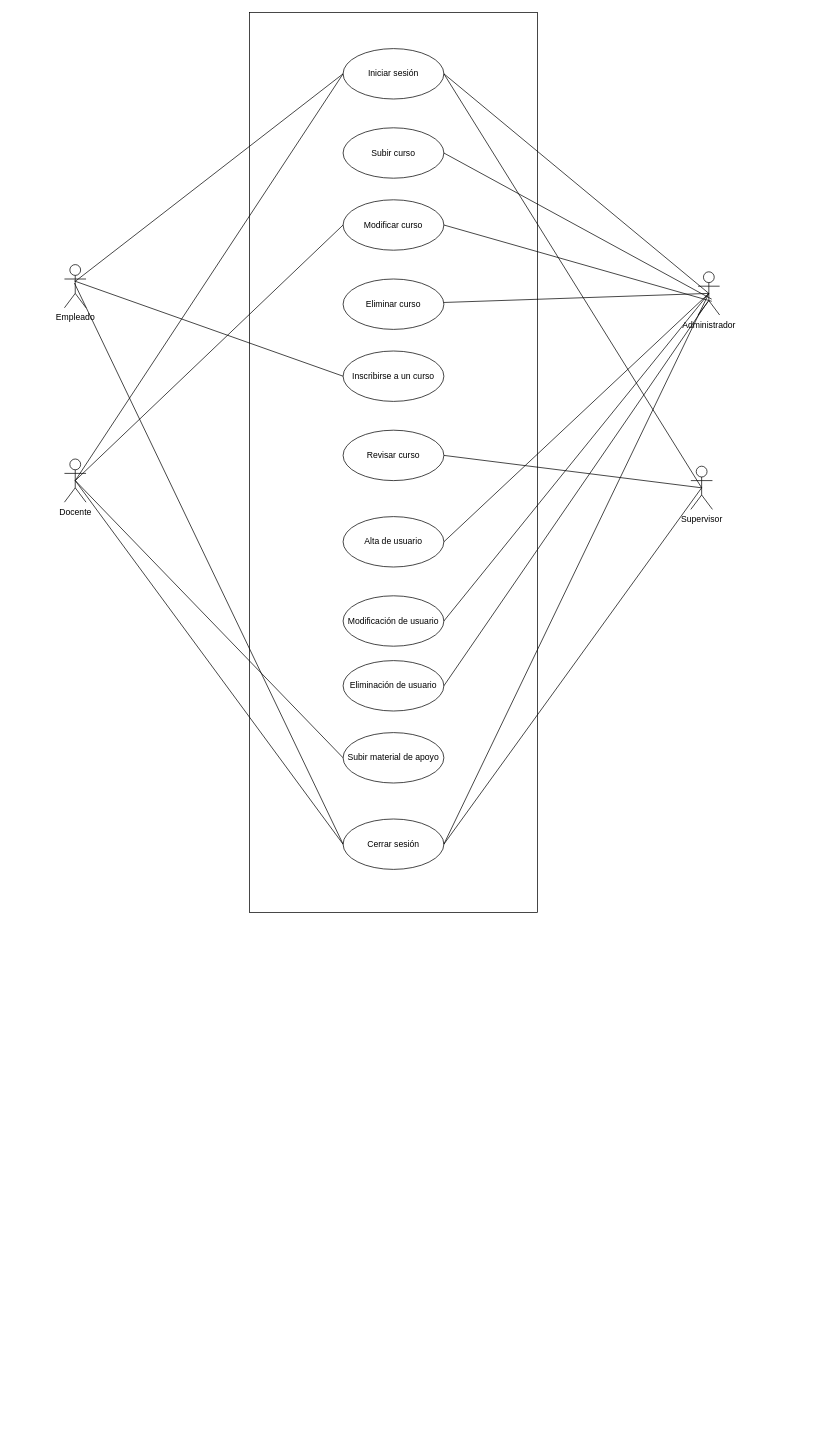
This is diagrams/U2/C1.4_CasosDeUso.drawio from daivandz/Analisis-Avanzado-de-Software, a draw.io file, before an edit. Source tidied: cells renumbered, new cells numbered last; positions are measured from the earlier drawing's top-left corner, leaving out a move shared by most shapes. Both pictures are drawn from the tidied source at 72%, with x=0, y=0 at pixel (64, 12).
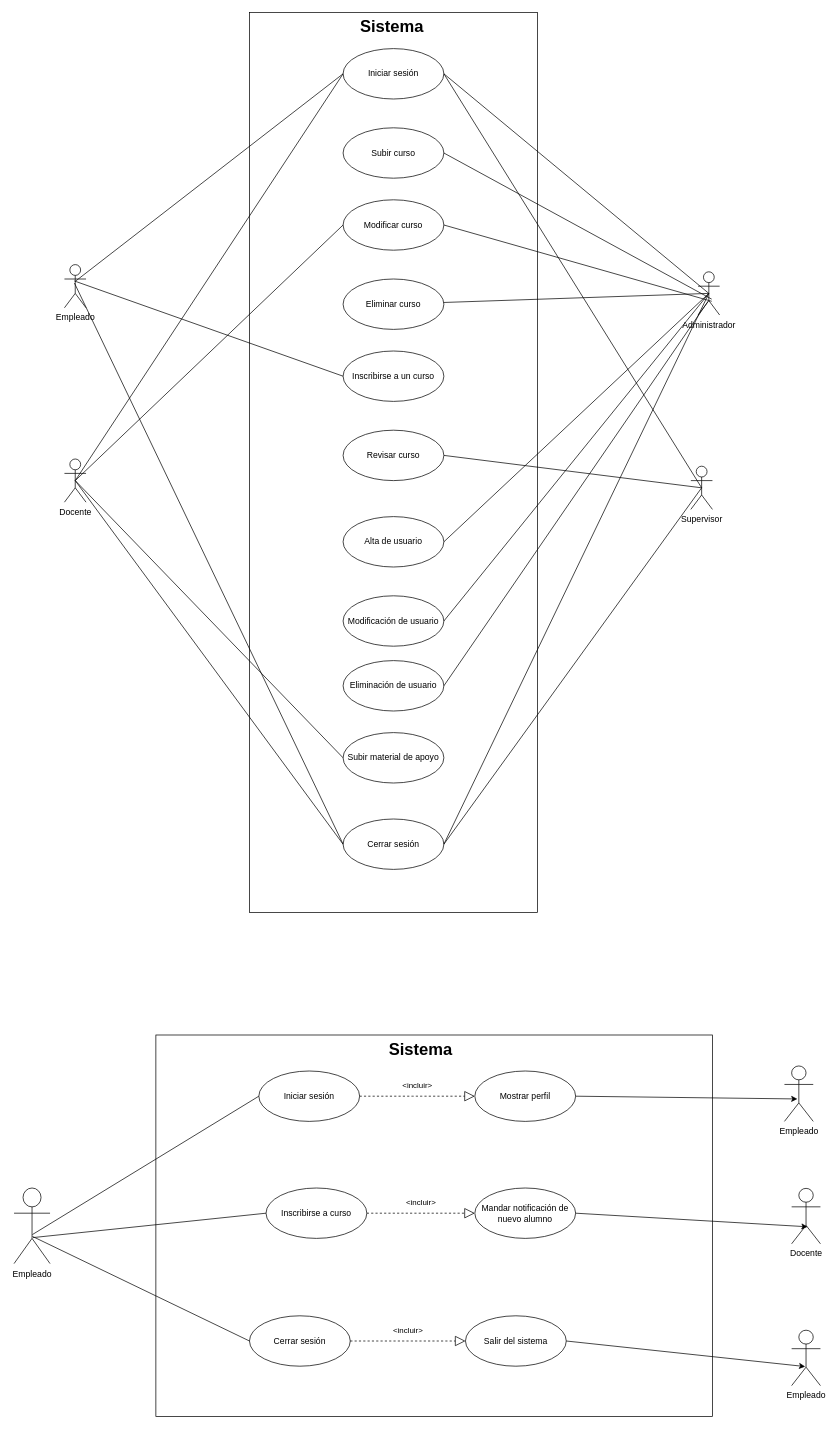
After the change.

Change to the diagram source:
```diff
@@
+    <mxCell id="36" style="html=1;" parent="1" vertex="1">
+      <mxGeometry x="127" y="1420" width="773" height="530" as="geometry" />
+    </mxCell>
+    <mxCell id="37" value="Iniciar sesión" style="ellipse;whiteSpace=wrap;html=1;" parent="1" vertex="1">
+      <mxGeometry x="270" y="1470" width="140" height="70" as="geometry" />
+    </mxCell>
+    <mxCell id="38" value="Mostrar perfil" style="ellipse;whiteSpace=wrap;html=1;" parent="1" vertex="1">
+      <mxGeometry x="570" y="1470" width="140" height="70" as="geometry" />
+    </mxCell>
+    <mxCell id="39" value="&amp;lt;incluir&amp;gt;" style="endArrow=block;dashed=1;endFill=0;endSize=12;html=1;entryX=0;entryY=0.5;entryDx=0;entryDy=0;exitX=1;exitY=0.5;exitDx=0;exitDy=0;" parent="1" edge="1" source="37" target="38">
+      <mxGeometry y="15" relative="1" as="geometry">
+        <Array as="points">
+          <mxPoint x="490" y="1505" />
+        </Array>
+      </mxGeometry>
+    </mxCell>
+    <mxCell id="40" value="Cerrar sesión" style="ellipse;whiteSpace=wrap;html=1;" parent="1" vertex="1">
+      <mxGeometry x="257" y="1810" width="140" height="70" as="geometry" />
+    </mxCell>
+    <mxCell id="41" value="Salir del sistema" style="ellipse;whiteSpace=wrap;html=1;" parent="1" vertex="1">
+      <mxGeometry x="557" y="1810" width="140" height="70" as="geometry" />
+    </mxCell>
+    <mxCell id="42" value="&amp;lt;incluir&amp;gt;" style="endArrow=block;dashed=1;endFill=0;endSize=12;html=1;entryX=0;entryY=0.5;entryDx=0;entryDy=0;exitX=1;exitY=0.5;exitDx=0;exitDy=0;" parent="1" edge="1" source="40" target="41">
+      <mxGeometry y="15" relative="1" as="geometry">
+        <Array as="points">
+          <mxPoint x="477" y="1845" />
+        </Array>
+      </mxGeometry>
+    </mxCell>
+    <mxCell id="43" value="Empleado" style="shape=umlActor;verticalLabelPosition=bottom;verticalAlign=top;html=1;" parent="1" vertex="1">
+      <mxGeometry x="-70" y="1632.5" width="50" height="105" as="geometry" />
+    </mxCell>
+    <mxCell id="44" style="endArrow=none;html=1;exitX=0.51;exitY=0.616;exitDx=0;exitDy=0;exitPerimeter=0;entryX=0;entryY=0.5;entryDx=0;entryDy=0;" parent="1" edge="1" source="43" target="37">
+      <mxGeometry relative="1" as="geometry" />
+    </mxCell>
+    <mxCell id="45" style="endArrow=none;html=1;exitX=0.51;exitY=0.64;exitDx=0;exitDy=0;exitPerimeter=0;entryX=0;entryY=0.5;entryDx=0;entryDy=0;" parent="1" edge="1" source="43" target="40">
+      <mxGeometry relative="1" as="geometry" />
+    </mxCell>
+    <mxCell id="46" value="Inscribirse a curso" style="ellipse;whiteSpace=wrap;html=1;" parent="1" vertex="1">
+      <mxGeometry x="280" y="1632.5" width="140" height="70" as="geometry" />
+    </mxCell>
+    <mxCell id="47" style="endArrow=none;html=1;exitX=0.527;exitY=0.656;exitDx=0;exitDy=0;exitPerimeter=0;entryX=0;entryY=0.5;entryDx=0;entryDy=0;" parent="1" edge="1" source="43" target="46">
+      <mxGeometry relative="1" as="geometry" />
+    </mxCell>
+    <mxCell id="48" value="Mandar notificación de nuevo alumno" style="ellipse;whiteSpace=wrap;html=1;" parent="1" vertex="1">
+      <mxGeometry x="570" y="1632.5" width="140" height="70" as="geometry" />
+    </mxCell>
+    <mxCell id="49" value="&amp;lt;incluir&amp;gt;" style="endArrow=block;dashed=1;endFill=0;endSize=12;html=1;entryX=0;entryY=0.5;entryDx=0;entryDy=0;exitX=1;exitY=0.5;exitDx=0;exitDy=0;" parent="1" edge="1" source="46" target="48">
+      <mxGeometry y="15" relative="1" as="geometry" />
+    </mxCell>
+    <mxCell id="50" value="Docente" style="shape=umlActor;verticalLabelPosition=bottom;verticalAlign=top;html=1;" parent="1" vertex="1">
+      <mxGeometry x="1010" y="1633" width="40" height="77" as="geometry" />
+    </mxCell>
+    <mxCell id="51" value="Empleado" style="shape=umlActor;verticalLabelPosition=bottom;verticalAlign=top;html=1;" parent="1" vertex="1">
+      <mxGeometry x="1000" y="1463" width="40" height="77" as="geometry" />
+    </mxCell>
+    <mxCell id="52" value="Empleado" style="shape=umlActor;verticalLabelPosition=bottom;verticalAlign=top;html=1;" parent="1" vertex="1">
+      <mxGeometry x="1010" y="1830" width="40" height="77" as="geometry" />
+    </mxCell>
+    <mxCell id="53" style="endArrow=classic;html=1;exitX=1;exitY=0.5;exitDx=0;exitDy=0;entryX=0.45;entryY=0.595;entryDx=0;entryDy=0;entryPerimeter=0;" parent="1" edge="1" source="38" target="51">
+      <mxGeometry relative="1" as="geometry" />
+    </mxCell>
+    <mxCell id="54" style="endArrow=classic;html=1;exitX=1;exitY=0.5;exitDx=0;exitDy=0;entryX=0.554;entryY=0.693;entryDx=0;entryDy=0;entryPerimeter=0;" parent="1" edge="1" source="48" target="50">
+      <mxGeometry relative="1" as="geometry" />
+    </mxCell>
+    <mxCell id="55" style="endArrow=classic;html=1;exitX=1;exitY=0.5;exitDx=0;exitDy=0;entryX=0.471;entryY=0.656;entryDx=0;entryDy=0;entryPerimeter=0;" parent="1" edge="1" source="41" target="52">
+      <mxGeometry relative="1" as="geometry" />
+    </mxCell>
+    <mxCell id="56" value="&lt;font style=&quot;font-size: 23px&quot;&gt;Sistema&lt;/font&gt;" style="text;html=1;strokeColor=none;fillColor=none;align=center;verticalAlign=middle;whiteSpace=wrap;rounded=0;fontStyle=1;" parent="1" vertex="1">
+      <mxGeometry x="420" y="10" width="70" height="20" as="geometry" />
+    </mxCell>
+    <mxCell id="57" value="&lt;font style=&quot;font-size: 23px&quot;&gt;Sistema&lt;/font&gt;" style="text;html=1;strokeColor=none;fillColor=none;align=center;verticalAlign=middle;whiteSpace=wrap;rounded=0;fontStyle=1;" parent="1" vertex="1">
+      <mxGeometry x="460" y="1430" width="70" height="20" as="geometry" />
+    </mxCell>
```
